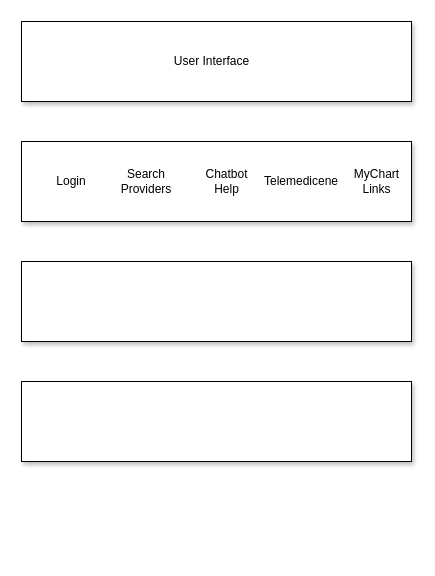
Earlier version of the draw.io diagram ArchitecturalView.drawio (mmartin46/GitWorkshop). Source tidied: cells renumbered, new cells numbered last; positions are measured from the earlier drawing's top-left corner, leaving out a move shared by most shapes. Both pictures are drawn from the tidied source at 100%, with x=0, y=0 at pixel (21, 21).
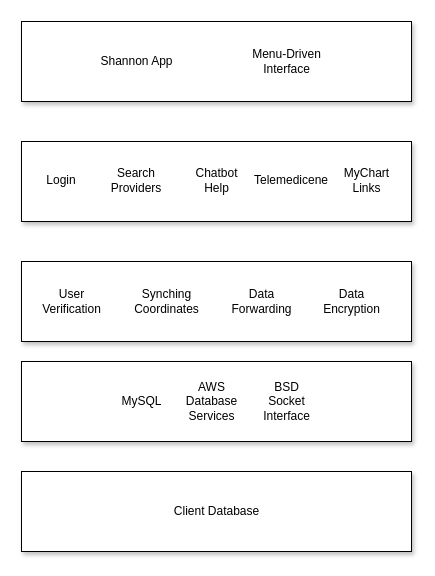
The same page after the edit.

The change refers to these unchanged cells:
```xml
<mxCell id="3" style="rounded=0;whiteSpace=wrap;html=1;shadow=1;glass=0;" parent="1" vertex="1">
  <mxGeometry y="120" width="390" height="80" as="geometry" />
</mxCell>
```

The edit, as a diff of the source:
```diff
@@
     <mxCell id="5" style="rounded=0;whiteSpace=wrap;html=1;shadow=1;" parent="1" vertex="1">
-      <mxGeometry y="360" width="390" height="80" as="geometry" />
+      <mxGeometry y="450" width="390" height="80" as="geometry" />
     </mxCell>
     <mxCell id="6" value="Login" style="text;html=1;strokeColor=none;fillColor=none;align=center;verticalAlign=middle;whiteSpace=wrap;rounded=0;shadow=1;" parent="1" vertex="1">
-      <mxGeometry x="20" y="145" width="60" height="30" as="geometry" />
+      <mxGeometry x="10" y="144.4" width="60" height="30" as="geometry" />
     </mxCell>
-    <mxCell id="7" style="edgeStyle=orthogonalEdgeStyle;rounded=0;orthogonalLoop=1;jettySize=auto;html=1;exitX=0.5;exitY=1;exitDx=0;exitDy=0;" parent="1" edge="1" source="3" target="3">
-      <mxGeometry relative="1" as="geometry" />
+    <mxCell id="7" style="edgeStyle=orthogonalEdgeStyle;rounded=0;orthogonalLoop=1;jettySize=auto;html=1;exitX=0.5;exitY=1;exitDx=0;exitDy=0;" parent="1" edge="1">
+      <mxGeometry relative="1" as="geometry">
+        <mxPoint x="185" y="199.4" as="sourcePoint" />
+        <mxPoint x="185" y="199.4" as="targetPoint" />
+      </mxGeometry>
     </mxCell>
     <mxCell id="8" value="Search Providers" style="text;html=1;strokeColor=none;fillColor=none;align=center;verticalAlign=middle;whiteSpace=wrap;rounded=0;shadow=1;" parent="1" vertex="1">
-      <mxGeometry x="95" y="145" width="60" height="30" as="geometry" />
+      <mxGeometry x="85" y="144.4" width="60" height="30" as="geometry" />
     </mxCell>
     <mxCell id="9" value="Chatbot&lt;br&gt;Help" style="text;html=1;align=center;verticalAlign=middle;strokeColor=none;fillColor=none;" parent="1" vertex="1">
-      <mxGeometry x="170" y="140" width="70" height="40" as="geometry" />
+      <mxGeometry x="160" y="139.4" width="70" height="40" as="geometry" />
     </mxCell>
     <mxCell id="10" value="Telemedicene" style="text;html=1;strokeColor=none;fillColor=none;align=center;verticalAlign=middle;whiteSpace=wrap;rounded=0;shadow=1;glass=1;" parent="1" vertex="1">
-      <mxGeometry x="250" y="145" width="60" height="30" as="geometry" />
+      <mxGeometry x="240" y="144.4" width="60" height="30" as="geometry" />
     </mxCell>
-    <mxCell id="11" value="User Interface" style="text;html=1;align=center;verticalAlign=middle;strokeColor=none;fillColor=none;" parent="1" vertex="1">
-      <mxGeometry x="140" y="25" width="100" height="30" as="geometry" />
+    <mxCell id="11" value="Shannon App" style="text;html=1;align=center;verticalAlign=middle;strokeColor=none;fillColor=none;" parent="1" vertex="1">
+      <mxGeometry x="65" y="25" width="100" height="30" as="geometry" />
     </mxCell>
     <mxCell id="12" value="MyChart&lt;br&gt;Links" style="text;html=1;align=center;verticalAlign=middle;strokeColor=none;fillColor=none;" parent="1" vertex="1">
-      <mxGeometry x="320" y="140" width="70" height="40" as="geometry" />
+      <mxGeometry x="310" y="139.4" width="70" height="40" as="geometry" />
     </mxCell>
+    <mxCell id="13" value="Data&lt;br&gt;Forwarding" style="text;html=1;align=center;verticalAlign=middle;strokeColor=none;fillColor=none;" parent="1" vertex="1">
+      <mxGeometry x="200" y="260" width="80" height="40" as="geometry" />
+    </mxCell>
+    <mxCell id="14" value="User&lt;br&gt;Verification" style="text;html=1;align=center;verticalAlign=middle;strokeColor=none;fillColor=none;" parent="1" vertex="1">
+      <mxGeometry x="10" y="260" width="80" height="40" as="geometry" />
+    </mxCell>
+    <mxCell id="15" value="Data &lt;br&gt;Encryption" style="text;html=1;align=center;verticalAlign=middle;strokeColor=none;fillColor=none;" parent="1" vertex="1">
+      <mxGeometry x="290" y="260" width="80" height="40" as="geometry" />
+    </mxCell>
+    <mxCell id="16" value="Synching &lt;br&gt;Coordinates" style="text;html=1;align=center;verticalAlign=middle;strokeColor=none;fillColor=none;" parent="1" vertex="1">
+      <mxGeometry x="100" y="260" width="90" height="40" as="geometry" />
+    </mxCell>
+    <mxCell id="17" value="Client Database" style="text;html=1;align=center;verticalAlign=middle;strokeColor=none;fillColor=none;" parent="1" vertex="1">
+      <mxGeometry x="140" y="475" width="110" height="30" as="geometry" />
+    </mxCell>
+    <mxCell id="18" style="rounded=0;whiteSpace=wrap;html=1;shadow=1;glass=0;" parent="1" vertex="1">
+      <mxGeometry y="340" width="390" height="80" as="geometry" />
+    </mxCell>
+    <mxCell id="19" value="MySQL" style="text;html=1;align=center;verticalAlign=middle;strokeColor=none;fillColor=none;" parent="1" vertex="1">
+      <mxGeometry x="90" y="365" width="60" height="30" as="geometry" />
+    </mxCell>
+    <mxCell id="20" value="BSD&lt;br&gt;Socket&lt;br&gt;Interface" style="text;html=1;align=center;verticalAlign=middle;strokeColor=none;fillColor=none;" parent="1" vertex="1">
+      <mxGeometry x="230" y="350" width="70" height="60" as="geometry" />
+    </mxCell>
+    <mxCell id="21" value="AWS&lt;br&gt;Database&lt;br&gt;Services" style="text;html=1;align=center;verticalAlign=middle;strokeColor=none;fillColor=none;" parent="1" vertex="1">
+      <mxGeometry x="155" y="350" width="70" height="60" as="geometry" />
+    </mxCell>
+    <mxCell id="22" value="Menu-Driven&lt;br&gt;Interface" style="text;html=1;align=center;verticalAlign=middle;strokeColor=none;fillColor=none;" parent="1" vertex="1">
+      <mxGeometry x="220" y="20" width="90" height="40" as="geometry" />
+    </mxCell>
```
